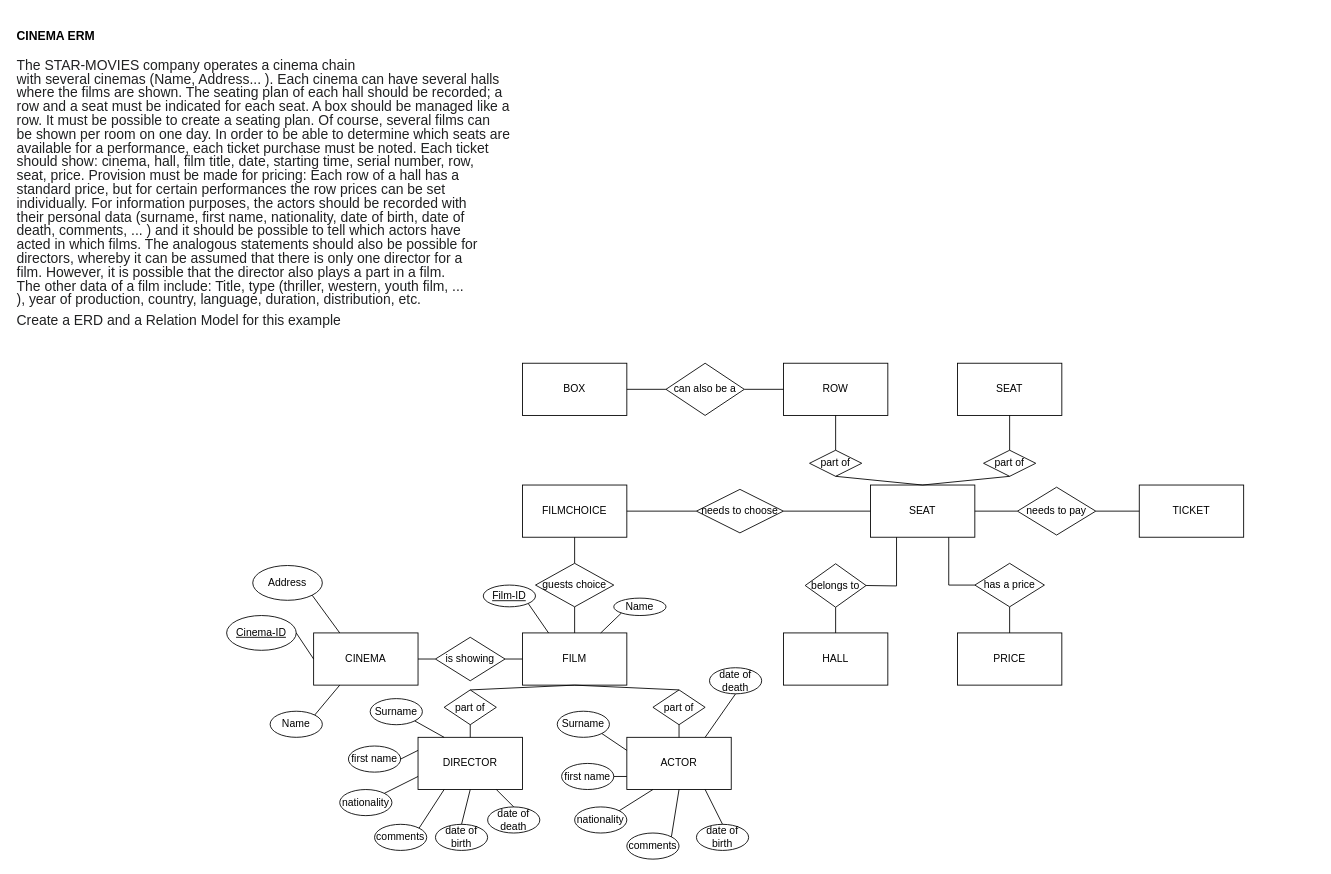
Before: CINEMA.drawio in mars-veracruz/First-Repo, a draw.io diagram. Source tidied: cells renumbered, new cells numbered last; positions are measured from the earlier drawing's top-left corner, leaving out a move shared by most shapes. Both pictures are drawn from the tidied source at 87%, with x=0, y=0 at pixel (15, 15).
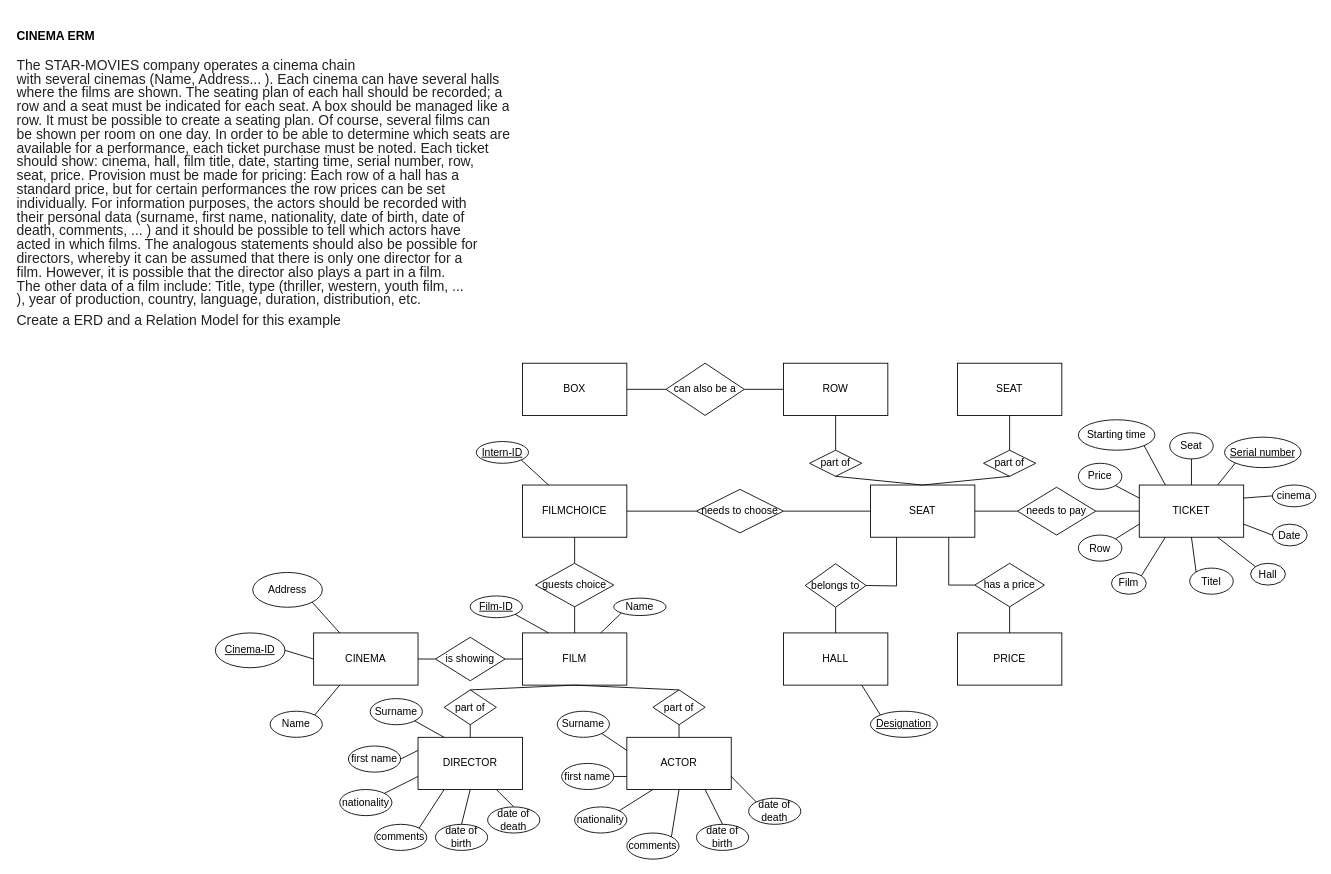
The same diagram, later.

Unchanged cells that the change refers to:
```xml
<mxCell id="4" value="HALL" style="rounded=0;whiteSpace=wrap;html=1;" parent="1" vertex="1">
  <mxGeometry x="883" y="710" width="120" height="60" as="geometry" />
</mxCell>
<mxCell id="15" value="FILMCHOICE" style="rounded=0;whiteSpace=wrap;html=1;" parent="1" vertex="1">
  <mxGeometry x="583" y="540" width="120" height="60" as="geometry" />
</mxCell>
<mxCell id="16" value="ACTOR" style="rounded=0;whiteSpace=wrap;html=1;" parent="1" vertex="1">
  <mxGeometry x="703" y="830" width="120" height="60" as="geometry" />
</mxCell>
<mxCell id="19" value="TICKET" style="whiteSpace=wrap;html=1;" parent="1" vertex="1">
  <mxGeometry x="1292" y="540" width="120" height="60" as="geometry" />
</mxCell>
```

The edit, as a diff of the source:
```diff
@@
     <mxCell id="43" value="&lt;u&gt;Cinema-ID&lt;/u&gt;" style="ellipse;whiteSpace=wrap;html=1;" parent="1" vertex="1">
-      <mxGeometry x="243" y="690" width="80" height="40" as="geometry" />
+      <mxGeometry x="230" y="710" width="80" height="40" as="geometry" />
     </mxCell>
     <mxCell id="44" value="Address" style="ellipse;whiteSpace=wrap;html=1;" parent="1" vertex="1">
-      <mxGeometry x="273" y="632.5" width="80" height="40" as="geometry" />
+      <mxGeometry x="273" y="640.5" width="80" height="40" as="geometry" />
     </mxCell>
@@
     <mxCell id="53" value="date of death" style="ellipse;whiteSpace=wrap;html=1;" parent="1" vertex="1">
-      <mxGeometry x="798" y="750" width="60" height="30" as="geometry" />
+      <mxGeometry x="843" y="900" width="60" height="30" as="geometry" />
     </mxCell>
@@
-    <mxCell id="60" style="endArrow=none;html=1;rounded=0;entryX=0.75;entryY=0;entryDx=0;entryDy=0;exitX=0.5;exitY=1;exitDx=0;exitDy=0;" parent="1" edge="1" source="53" target="16">
+    <mxCell id="60" style="endArrow=none;html=1;rounded=0;entryX=1;entryY=0.75;entryDx=0;entryDy=0;exitX=0;exitY=0;exitDx=0;exitDy=0;" parent="1" edge="1" source="53" target="16">
       <mxGeometry relative="1" as="geometry" />
     </mxCell>
@@
     <mxCell id="74" value="&lt;u&gt;Film-ID&lt;/u&gt;" style="ellipse;whiteSpace=wrap;html=1;" parent="1" vertex="1">
-      <mxGeometry x="538" y="655" width="60" height="25" as="geometry" />
+      <mxGeometry x="523" y="667.5" width="60" height="25" as="geometry" />
     </mxCell>
@@
+    <mxCell id="80" value="&lt;u&gt;Intern-ID&lt;/u&gt;" style="ellipse;whiteSpace=wrap;html=1;" parent="1" vertex="1">
+      <mxGeometry x="530" y="490" width="60" height="25" as="geometry" />
+    </mxCell>
+    <mxCell id="81" style="endArrow=none;html=1;rounded=0;exitX=1;exitY=1;exitDx=0;exitDy=0;entryX=0.25;entryY=0;entryDx=0;entryDy=0;" parent="1" edge="1" source="80" target="15">
+      <mxGeometry relative="1" as="geometry" />
+    </mxCell>
+    <mxCell id="82" value="&lt;u&gt;Designation&lt;/u&gt;" style="ellipse;whiteSpace=wrap;html=1;" parent="1" vertex="1">
+      <mxGeometry x="983" y="800" width="77" height="30" as="geometry" />
+    </mxCell>
+    <mxCell id="83" style="endArrow=none;html=1;rounded=0;exitX=0.75;exitY=1;exitDx=0;exitDy=0;entryX=0;entryY=0;entryDx=0;entryDy=0;" parent="1" edge="1" source="4" target="82">
+      <mxGeometry relative="1" as="geometry" />
+    </mxCell>
+    <mxCell id="84" value="&lt;u&gt;Serial number&lt;/u&gt;" style="ellipse;whiteSpace=wrap;html=1;" parent="1" vertex="1">
+      <mxGeometry x="1390" y="485" width="88" height="35" as="geometry" />
+    </mxCell>
+    <mxCell id="85" style="endArrow=none;html=1;rounded=0;exitX=0.75;exitY=0;exitDx=0;exitDy=0;entryX=0;entryY=1;entryDx=0;entryDy=0;" parent="1" edge="1" source="19" target="84">
+      <mxGeometry relative="1" as="geometry" />
+    </mxCell>
+    <mxCell id="86" value="cinema" style="ellipse;whiteSpace=wrap;html=1;" parent="1" vertex="1">
+      <mxGeometry x="1445" y="540" width="50" height="25" as="geometry" />
+    </mxCell>
+    <mxCell id="87" style="endArrow=none;html=1;rounded=0;exitX=1;exitY=0.25;exitDx=0;exitDy=0;entryX=0;entryY=0.5;entryDx=0;entryDy=0;" parent="1" edge="1" source="19" target="86">
+      <mxGeometry relative="1" as="geometry" />
+    </mxCell>
+    <mxCell id="88" value="Date" style="ellipse;whiteSpace=wrap;html=1;" parent="1" vertex="1">
+      <mxGeometry x="1445" y="585" width="40" height="25" as="geometry" />
+    </mxCell>
+    <mxCell id="89" style="endArrow=none;html=1;rounded=0;exitX=1;exitY=0.75;exitDx=0;exitDy=0;entryX=0;entryY=0.5;entryDx=0;entryDy=0;" parent="1" edge="1" source="19" target="88">
+      <mxGeometry relative="1" as="geometry" />
+    </mxCell>
+    <mxCell id="90" value="Hall" style="ellipse;whiteSpace=wrap;html=1;" parent="1" vertex="1">
+      <mxGeometry x="1420" y="630" width="40" height="25" as="geometry" />
+    </mxCell>
+    <mxCell id="91" style="endArrow=none;html=1;rounded=0;entryX=0.75;entryY=1;entryDx=0;entryDy=0;exitX=0;exitY=0;exitDx=0;exitDy=0;" parent="1" edge="1" source="90" target="19">
+      <mxGeometry relative="1" as="geometry" />
+    </mxCell>
+    <mxCell id="92" value="Film" style="ellipse;whiteSpace=wrap;html=1;" parent="1" vertex="1">
+      <mxGeometry x="1260" y="640.5" width="40" height="25" as="geometry" />
+    </mxCell>
+    <mxCell id="93" style="endArrow=none;html=1;rounded=0;entryX=0.25;entryY=1;entryDx=0;entryDy=0;exitX=1;exitY=0;exitDx=0;exitDy=0;" parent="1" edge="1" source="92" target="19">
+      <mxGeometry relative="1" as="geometry" />
+    </mxCell>
+    <mxCell id="94" value="Row" style="ellipse;whiteSpace=wrap;html=1;" parent="1" vertex="1">
+      <mxGeometry x="1222" y="597.5" width="50" height="30" as="geometry" />
+    </mxCell>
+    <mxCell id="95" value="Seat" style="ellipse;whiteSpace=wrap;html=1;" parent="1" vertex="1">
+      <mxGeometry x="1327" y="480" width="50" height="30" as="geometry" />
+    </mxCell>
+    <mxCell id="96" value="Price" style="ellipse;whiteSpace=wrap;html=1;" parent="1" vertex="1">
+      <mxGeometry x="1222" y="515" width="50" height="30" as="geometry" />
+    </mxCell>
+    <mxCell id="97" value="Titel" style="ellipse;whiteSpace=wrap;html=1;" parent="1" vertex="1">
+      <mxGeometry x="1350" y="635.5" width="50" height="30" as="geometry" />
+    </mxCell>
+    <mxCell id="98" value="Starting time" style="ellipse;whiteSpace=wrap;html=1;" parent="1" vertex="1">
+      <mxGeometry x="1222" y="465" width="88" height="35" as="geometry" />
+    </mxCell>
+    <mxCell id="99" style="endArrow=none;html=1;rounded=0;exitX=1;exitY=1;exitDx=0;exitDy=0;entryX=0.25;entryY=0;entryDx=0;entryDy=0;" parent="1" edge="1" source="98" target="19">
+      <mxGeometry relative="1" as="geometry" />
+    </mxCell>
+    <mxCell id="100" style="endArrow=none;html=1;rounded=0;exitX=1;exitY=0;exitDx=0;exitDy=0;entryX=0;entryY=0.75;entryDx=0;entryDy=0;" parent="1" edge="1" source="94" target="19">
+      <mxGeometry relative="1" as="geometry" />
+    </mxCell>
+    <mxCell id="101" style="endArrow=none;html=1;rounded=0;exitX=0.5;exitY=0;exitDx=0;exitDy=0;entryX=0.5;entryY=1;entryDx=0;entryDy=0;" parent="1" edge="1" source="19" target="95">
+      <mxGeometry relative="1" as="geometry" />
+    </mxCell>
+    <mxCell id="102" style="endArrow=none;html=1;rounded=0;entryX=1;entryY=1;entryDx=0;entryDy=0;exitX=0;exitY=0.25;exitDx=0;exitDy=0;" parent="1" edge="1" source="19" target="96">
+      <mxGeometry relative="1" as="geometry" />
+    </mxCell>
+    <mxCell id="103" style="endArrow=none;html=1;rounded=0;exitX=0;exitY=0;exitDx=0;exitDy=0;entryX=0.5;entryY=1;entryDx=0;entryDy=0;" parent="1" edge="1" source="97" target="19">
+      <mxGeometry relative="1" as="geometry" />
+    </mxCell>
```
